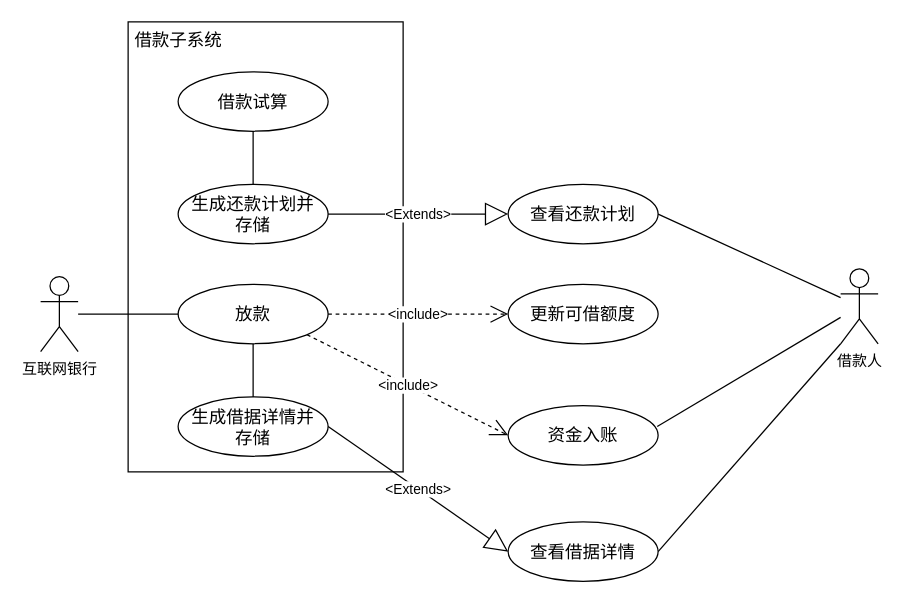
The draw.io diagram 放款用例图.drawio in wuxiao-web/graduationThesis, before the edit. Source tidied: cells renumbered, new cells numbered last; positions are measured from the earlier drawing's top-left corner, leaving out a move shared by most shapes. Both pictures are drawn from the tidied source at 125%, with x=0, y=0 at pixel (40, 21).
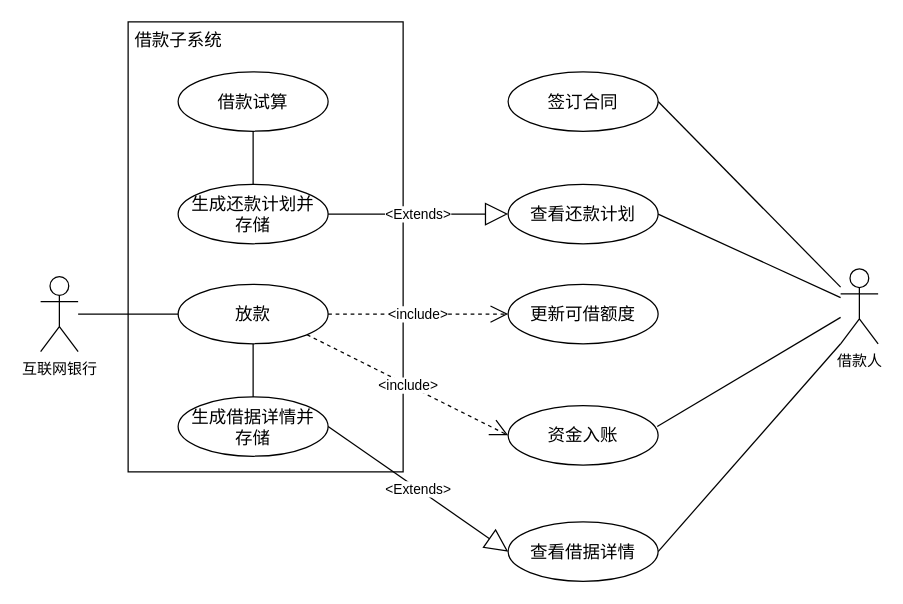
The same diagram, later.

Commit message:
更新放款用例图.drawio

The change refers to these unchanged cells:
```xml
<mxCell id="14" value="借款人" style="shape=umlActor;verticalLabelPosition=bottom;verticalAlign=top;html=1;" parent="1" vertex="1">
  <mxGeometry x="640" y="197.5" width="30" height="60" as="geometry" />
</mxCell>
```

Change to the diagram source:
```diff
@@
+    <mxCell id="24" style="rounded=0;jettySize=auto;html=1;entryX=1;entryY=0.5;entryDx=0;entryDy=0;endArrow=none;endFill=0;" parent="1" edge="1" source="14" target="25">
+      <mxGeometry relative="1" as="geometry" />
+    </mxCell>
@@
+    <mxCell id="25" value="&lt;span style=&quot;font-size: 14px;&quot;&gt;签订合同&lt;/span&gt;" style="ellipse;whiteSpace=wrap;html=1;" parent="1" vertex="1">
+      <mxGeometry x="374" y="40" width="120" height="47.5" as="geometry" />
+    </mxCell>
```
